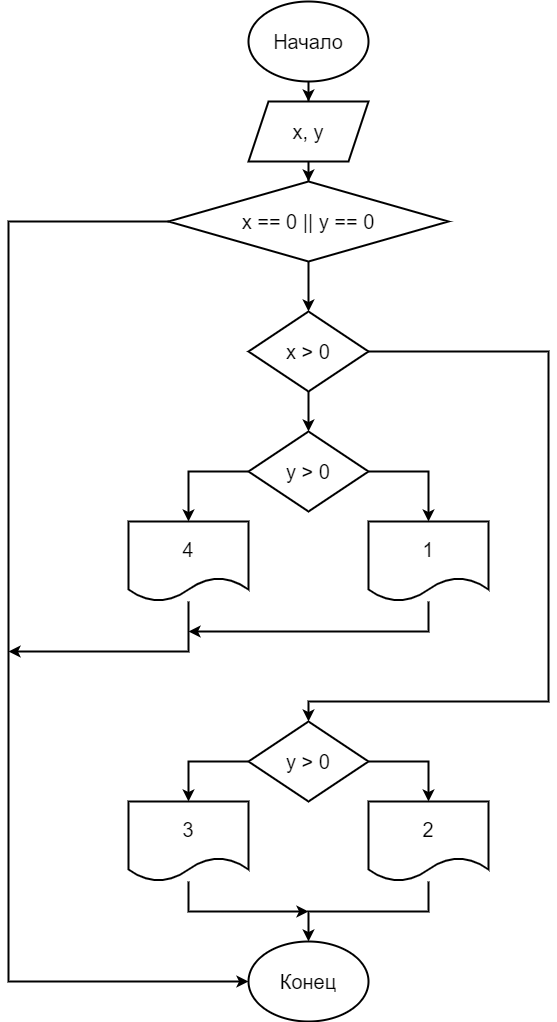
Above: Lab2.Indiv1/Lab2.Indiv.1.drawio.png in ga1kokuj1n/Lab2 (draw.io), before the change. Source tidied: cells renumbered, new cells last; positions are measured from the earlier drawing's top-left corner, leaving out a move shared by most shapes.
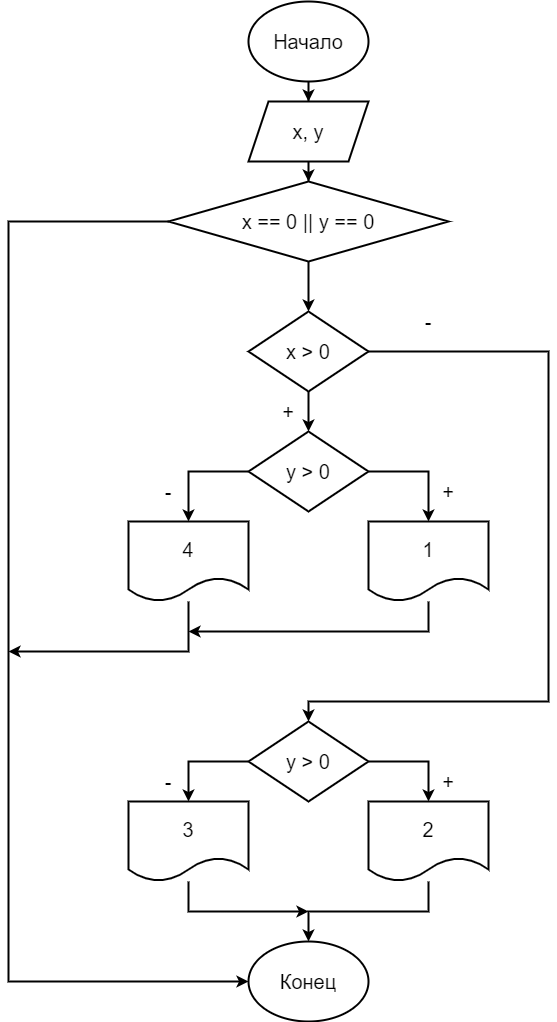
The same diagram one commit later.

Change to the diagram source:
```diff
@@ -119,5 +119,23 @@
     <mxCell id="26" value="Конец" style="ellipse;whiteSpace=wrap;html=1;strokeWidth=2;fontSize=20;" parent="1" vertex="1">
       <mxGeometry x="240" y="940" width="120" height="80" as="geometry" />
     </mxCell>
+    <mxCell id="27" value="+" style="whiteSpace=wrap;html=1;fontSize=20;strokeWidth=2;fillColor=none;strokeColor=none;" parent="1" vertex="1">
+      <mxGeometry x="240" y="370" width="80" height="80" as="geometry" />
+    </mxCell>
+    <mxCell id="28" value="+" style="whiteSpace=wrap;html=1;fontSize=20;strokeWidth=2;fillColor=none;strokeColor=none;" parent="1" vertex="1">
+      <mxGeometry x="400" y="450" width="80" height="80" as="geometry" />
+    </mxCell>
+    <mxCell id="29" value="+" style="whiteSpace=wrap;html=1;fontSize=20;strokeWidth=2;fillColor=none;strokeColor=none;" parent="1" vertex="1">
+      <mxGeometry x="400" y="740" width="80" height="80" as="geometry" />
+    </mxCell>
+    <mxCell id="30" value="-" style="whiteSpace=wrap;html=1;fontSize=20;strokeWidth=2;fillColor=none;strokeColor=none;" parent="1" vertex="1">
+      <mxGeometry x="380" y="280" width="80" height="80" as="geometry" />
+    </mxCell>
+    <mxCell id="31" value="-" style="whiteSpace=wrap;html=1;fontSize=20;strokeWidth=2;fillColor=none;strokeColor=none;" parent="1" vertex="1">
+      <mxGeometry x="120" y="450" width="80" height="80" as="geometry" />
+    </mxCell>
+    <mxCell id="32" value="-" style="whiteSpace=wrap;html=1;fontSize=20;strokeWidth=2;fillColor=none;strokeColor=none;" parent="1" vertex="1">
+      <mxGeometry x="120" y="740" width="80" height="80" as="geometry" />
+    </mxCell>
   </root>
 </mxGraphModel>
```
